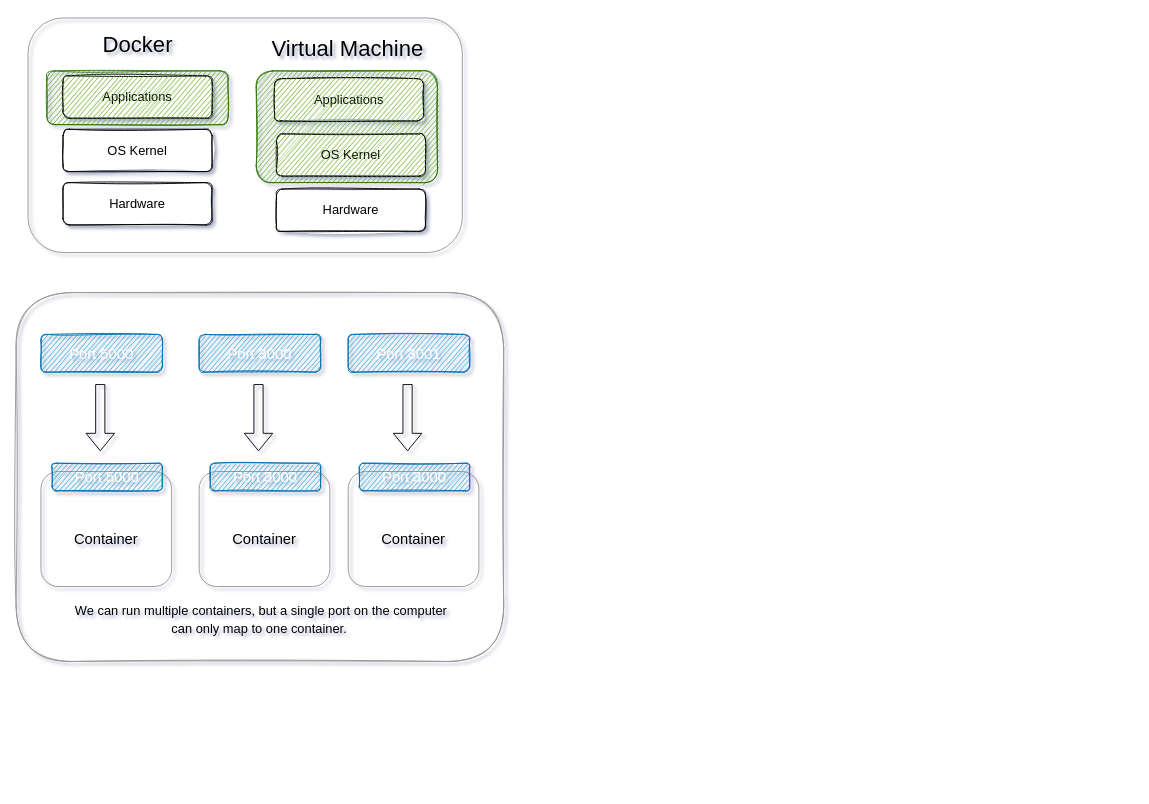
PrebenHesvik/Learning-Devops keeps this draw.io diagram as Docker/docker.drawio. Above is the earlier version. Source tidied: cells renumbered, new cells numbered last; positions are measured from the earlier drawing's top-left corner, leaving out a move shared by most shapes. Both pictures are drawn from the tidied source at 92%, with x=0, y=0 at pixel (16, 17).
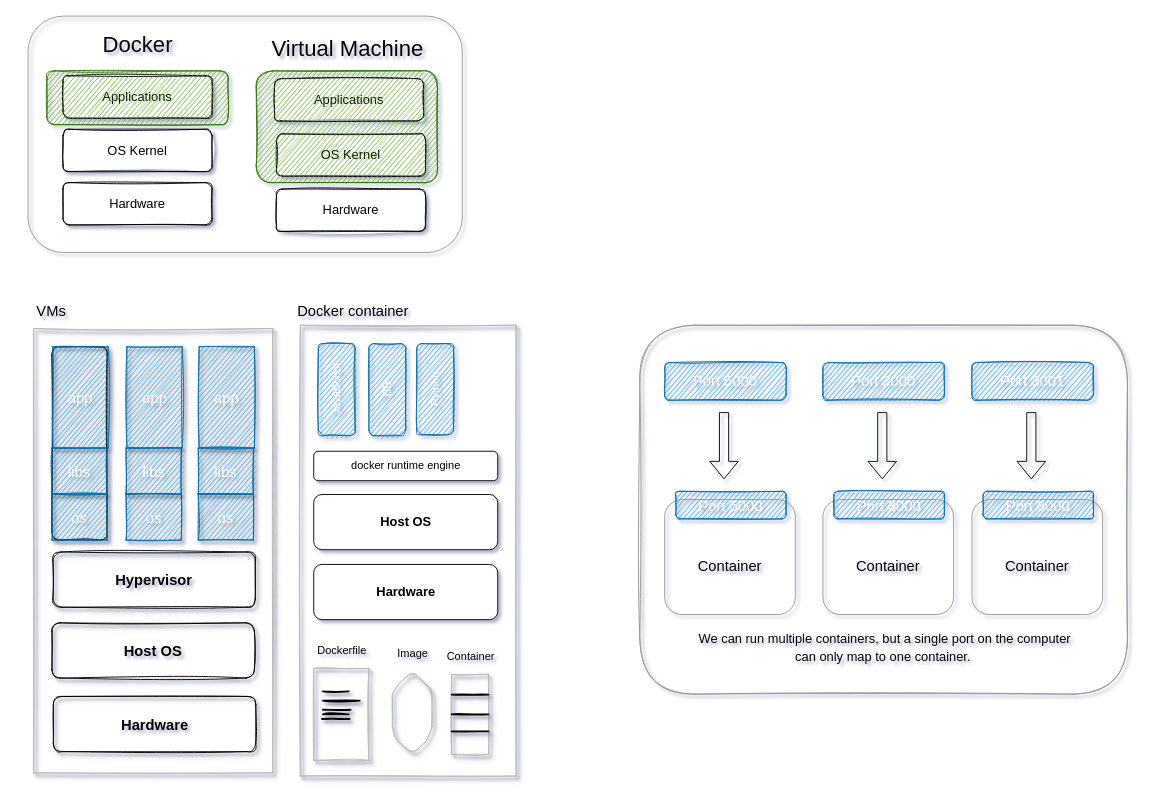
The same page after the edit.

Change to the diagram source:
```diff
@@
     <mxCell id="12" style="rounded=1;whiteSpace=wrap;html=1;fillColor=none;strokeColor=#969696;" parent="1" vertex="1">
-      <mxGeometry x="13" width="472" height="255" as="geometry" />
+      <mxGeometry x="13" y="-2" width="472" height="257" as="geometry" />
     </mxCell>
     <mxCell id="13" value="&lt;font style=&quot;font-size: 16px&quot;&gt;&lt;br&gt;&lt;font&gt;Container&lt;/font&gt;&lt;/font&gt;" style="rounded=1;whiteSpace=wrap;html=1;strokeColor=#969696;fillColor=none;" parent="1" vertex="1">
-      <mxGeometry x="27" y="493" width="142" height="125" as="geometry" />
+      <mxGeometry x="705" y="523.5" width="142" height="125" as="geometry" />
     </mxCell>
     <mxCell id="14" style="shape=flexArrow;endArrow=classic;html=1;" parent="1" edge="1">
       <mxGeometry relative="1" as="geometry">
-        <mxPoint x="91.5" y="398" as="sourcePoint" />
-        <mxPoint x="91.5" y="471" as="targetPoint" />
+        <mxPoint x="769.5" y="428.5" as="sourcePoint" />
+        <mxPoint x="769.5" y="501.5" as="targetPoint" />
       </mxGeometry>
     </mxCell>
     <mxCell id="15" value="&lt;font style=&quot;font-size: 16px&quot;&gt;Port 5000&lt;/font&gt;" style="rounded=1;whiteSpace=wrap;html=1;strokeColor=#006EAF;fillColor=#1ba1e2;sketch=1;fontColor=#ffffff;" parent="1" vertex="1">
-      <mxGeometry x="27" y="344" width="132" height="41" as="geometry" />
+      <mxGeometry x="705" y="374.5" width="132" height="41" as="geometry" />
     </mxCell>
     <mxCell id="16" value="Port 5000" style="rounded=1;whiteSpace=wrap;html=1;fontSize=16;strokeColor=#006EAF;fillColor=#1ba1e2;fontColor=#ffffff;sketch=1;shadow=0;glass=0;" parent="1" vertex="1">
-      <mxGeometry x="39" y="484" width="120" height="30" as="geometry" />
+      <mxGeometry x="717" y="514.5" width="120" height="30" as="geometry" />
     </mxCell>
     <mxCell id="17" value="&lt;font style=&quot;font-size: 16px&quot;&gt;&lt;br&gt;&lt;font&gt;Container&lt;/font&gt;&lt;/font&gt;" style="rounded=1;whiteSpace=wrap;html=1;strokeColor=#969696;fillColor=none;" parent="1" vertex="1">
-      <mxGeometry x="199" y="493" width="142" height="125" as="geometry" />
+      <mxGeometry x="877" y="523.5" width="142" height="125" as="geometry" />
     </mxCell>
     <mxCell id="18" style="shape=flexArrow;endArrow=classic;html=1;" parent="1" edge="1">
       <mxGeometry relative="1" as="geometry">
-        <mxPoint x="263.5" y="398" as="sourcePoint" />
-        <mxPoint x="263.5" y="471" as="targetPoint" />
+        <mxPoint x="941.5" y="428.5" as="sourcePoint" />
+        <mxPoint x="941.5" y="501.5" as="targetPoint" />
       </mxGeometry>
     </mxCell>
     <mxCell id="19" value="&lt;font style=&quot;font-size: 16px&quot;&gt;Port 3000&lt;/font&gt;" style="rounded=1;whiteSpace=wrap;html=1;strokeColor=#006EAF;fillColor=#1ba1e2;fontColor=#ffffff;sketch=1;" parent="1" vertex="1">
-      <mxGeometry x="199" y="344" width="132" height="41" as="geometry" />
+      <mxGeometry x="877" y="374.5" width="132" height="41" as="geometry" />
     </mxCell>
     <mxCell id="20" value="Port 3000" style="rounded=1;whiteSpace=wrap;html=1;fontSize=16;strokeColor=#006EAF;fillColor=#1ba1e2;fontColor=#ffffff;sketch=1;" parent="1" vertex="1">
-      <mxGeometry x="211" y="484" width="120" height="30" as="geometry" />
+      <mxGeometry x="889" y="514.5" width="120" height="30" as="geometry" />
     </mxCell>
     <mxCell id="21" value="&lt;font style=&quot;font-size: 16px&quot;&gt;&lt;br&gt;&lt;font&gt;Container&lt;/font&gt;&lt;/font&gt;" style="rounded=1;whiteSpace=wrap;html=1;strokeColor=#969696;fillColor=none;" parent="1" vertex="1">
-      <mxGeometry x="361" y="493" width="142" height="125" as="geometry" />
+      <mxGeometry x="1039" y="523.5" width="142" height="125" as="geometry" />
     </mxCell>
     <mxCell id="22" style="shape=flexArrow;endArrow=classic;html=1;" parent="1" edge="1">
       <mxGeometry relative="1" as="geometry">
-        <mxPoint x="425.5" y="398" as="sourcePoint" />
-        <mxPoint x="425.5" y="471" as="targetPoint" />
+        <mxPoint x="1103.5" y="428.5" as="sourcePoint" />
+        <mxPoint x="1103.5" y="501.5" as="targetPoint" />
       </mxGeometry>
     </mxCell>
     <mxCell id="23" value="&lt;font style=&quot;font-size: 16px&quot;&gt;Port 3001&lt;/font&gt;" style="rounded=1;whiteSpace=wrap;html=1;strokeColor=#006EAF;fillColor=#1ba1e2;sketch=1;fontColor=#ffffff;" parent="1" vertex="1">
-      <mxGeometry x="361" y="344" width="132" height="41" as="geometry" />
+      <mxGeometry x="1039" y="374.5" width="132" height="41" as="geometry" />
     </mxCell>
     <mxCell id="24" value="Port 3000" style="rounded=1;whiteSpace=wrap;html=1;fontSize=16;strokeColor=#006EAF;fillColor=#1ba1e2;fontColor=#ffffff;sketch=1;" parent="1" vertex="1">
-      <mxGeometry x="373" y="484" width="120" height="30" as="geometry" />
+      <mxGeometry x="1051" y="514.5" width="120" height="30" as="geometry" />
     </mxCell>
     <mxCell id="25" value="&lt;font style=&quot;font-size: 14px&quot;&gt;We can run multiple containers, but a single port on the computer&lt;br&gt;can only map to one container.&amp;nbsp;&lt;/font&gt;" style="text;html=1;align=center;verticalAlign=middle;fillColor=none;strokeColor=none;rounded=0;shadow=0;glass=0;sketch=1;fontSize=16;" parent="1" vertex="1">
-      <mxGeometry x="59" y="631" width="414" height="44" as="geometry" />
+      <mxGeometry x="737" y="661.5" width="414" height="44" as="geometry" />
     </mxCell>
     <mxCell id="26" style="rounded=1;whiteSpace=wrap;html=1;shadow=0;glass=0;sketch=1;fontSize=14;strokeColor=#969696;fillColor=none;" parent="1" vertex="1">
-      <mxGeometry y="298.5" width="530" height="401" as="geometry" />
+      <mxGeometry x="678" y="334" width="530" height="401" as="geometry" />
     </mxCell>
+    <mxCell id="27" value="&lt;b&gt;&lt;font style=&quot;font-size: 14px&quot;&gt;Hardware&lt;/font&gt;&lt;/b&gt;" style="rounded=1;whiteSpace=wrap;html=1;" parent="1" vertex="1">
+      <mxGeometry x="323.5" y="594" width="200" height="60" as="geometry" />
+    </mxCell>
+    <mxCell id="28" value="&lt;b&gt;&lt;font style=&quot;font-size: 14px&quot;&gt;Host OS&lt;/font&gt;&lt;/b&gt;" style="rounded=1;whiteSpace=wrap;html=1;" parent="1" vertex="1">
+      <mxGeometry x="323.5" y="518" width="200" height="60" as="geometry" />
+    </mxCell>
+    <mxCell id="29" value="docker runtime engine" style="rounded=1;whiteSpace=wrap;html=1;" parent="1" vertex="1">
+      <mxGeometry x="323.5" y="471" width="200" height="32" as="geometry" />
+    </mxCell>
+    <mxCell id="30" value="JavaScript" style="rounded=1;whiteSpace=wrap;html=1;horizontal=0;fillColor=#1ba1e2;fontColor=#ffffff;strokeColor=#006EAF;sketch=1;" parent="1" vertex="1">
+      <mxGeometry x="328.5" y="354" width="40" height="100" as="geometry" />
+    </mxCell>
+    <mxCell id="31" value="DB" style="rounded=1;whiteSpace=wrap;html=1;horizontal=0;fillColor=#1ba1e2;fontColor=#ffffff;strokeColor=#006EAF;sketch=1;" parent="1" vertex="1">
+      <mxGeometry x="383.5" y="354" width="40" height="100" as="geometry" />
+    </mxCell>
+    <mxCell id="32" value="Python" style="rounded=1;whiteSpace=wrap;html=1;horizontal=0;sketch=1;fillColor=#1ba1e2;fontColor=#ffffff;strokeColor=#006EAF;" parent="1" vertex="1">
+      <mxGeometry x="435.5" y="354" width="40" height="99" as="geometry" />
+    </mxCell>
+    <mxCell id="33" value="&lt;font size=&quot;3&quot;&gt;&lt;b&gt;Host OS&lt;/b&gt;&lt;/font&gt;" style="rounded=1;whiteSpace=wrap;html=1;shadow=1;sketch=1;fillColor=none;" parent="1" vertex="1">
+      <mxGeometry x="39" y="657.5" width="220" height="60" as="geometry" />
+    </mxCell>
+    <mxCell id="34" value="&lt;font style=&quot;font-size: 16px&quot;&gt;&lt;b&gt;Hypervisor&lt;/b&gt;&lt;/font&gt;" style="rounded=1;whiteSpace=wrap;html=1;shadow=1;sketch=1;fillColor=none;" parent="1" vertex="1">
+      <mxGeometry x="40" y="580.5" width="220" height="60" as="geometry" />
+    </mxCell>
+    <mxCell id="35" style="rounded=1;whiteSpace=wrap;html=1;shadow=1;sketch=1;fillColor=none;" parent="1" vertex="1">
+      <mxGeometry x="39" y="357.5" width="60" height="210" as="geometry" />
+    </mxCell>
+    <mxCell id="36" value="os" style="rounded=0;whiteSpace=wrap;html=1;shadow=1;sketch=1;fontSize=16;fillColor=#1ba1e2;fontColor=#ffffff;strokeColor=#006EAF;" parent="1" vertex="1">
+      <mxGeometry x="39" y="517.5" width="60" height="50" as="geometry" />
+    </mxCell>
+    <mxCell id="37" value="libs" style="rounded=0;whiteSpace=wrap;html=1;shadow=1;sketch=1;fontSize=16;fillColor=#1ba1e2;fontColor=#ffffff;strokeColor=#006EAF;" parent="1" vertex="1">
+      <mxGeometry x="39" y="467.5" width="60" height="50" as="geometry" />
+    </mxCell>
+    <mxCell id="38" value="app" style="rounded=0;whiteSpace=wrap;html=1;shadow=1;sketch=1;fontSize=16;fillColor=#1ba1e2;fontColor=#ffffff;strokeColor=#006EAF;" parent="1" vertex="1">
+      <mxGeometry x="40" y="357.5" width="60" height="110" as="geometry" />
+    </mxCell>
+    <mxCell id="39" value="os" style="rounded=0;whiteSpace=wrap;html=1;shadow=1;sketch=1;fontSize=16;fillColor=#1ba1e2;fontColor=#ffffff;strokeColor=#006EAF;" parent="1" vertex="1">
+      <mxGeometry x="119.5" y="517.5" width="60" height="50" as="geometry" />
+    </mxCell>
+    <mxCell id="40" value="libs" style="rounded=0;whiteSpace=wrap;html=1;shadow=1;sketch=1;fontSize=16;fillColor=#1ba1e2;fontColor=#ffffff;strokeColor=#006EAF;" parent="1" vertex="1">
+      <mxGeometry x="119.5" y="467.5" width="60" height="50" as="geometry" />
+    </mxCell>
+    <mxCell id="41" value="app" style="rounded=0;whiteSpace=wrap;html=1;shadow=1;sketch=1;fontSize=16;fillColor=#1ba1e2;fontColor=#ffffff;strokeColor=#006EAF;" parent="1" vertex="1">
+      <mxGeometry x="120.5" y="357.5" width="60" height="110" as="geometry" />
+    </mxCell>
+    <mxCell id="42" value="os" style="rounded=0;whiteSpace=wrap;html=1;shadow=1;sketch=1;fontSize=16;fillColor=#1ba1e2;fontColor=#ffffff;strokeColor=#006EAF;" parent="1" vertex="1">
+      <mxGeometry x="198" y="517.5" width="60" height="50" as="geometry" />
+    </mxCell>
+    <mxCell id="43" value="libs" style="rounded=0;whiteSpace=wrap;html=1;shadow=1;sketch=1;fontSize=16;fillColor=#1ba1e2;fontColor=#ffffff;strokeColor=#006EAF;" parent="1" vertex="1">
+      <mxGeometry x="198" y="467.5" width="60" height="50" as="geometry" />
+    </mxCell>
+    <mxCell id="44" value="app" style="rounded=0;whiteSpace=wrap;html=1;shadow=1;sketch=1;fontSize=16;fillColor=#1ba1e2;fontColor=#ffffff;strokeColor=#006EAF;" parent="1" vertex="1">
+      <mxGeometry x="199" y="357.5" width="60" height="110" as="geometry" />
+    </mxCell>
+    <mxCell id="45" style="rounded=0;whiteSpace=wrap;html=1;shadow=1;sketch=1;fontSize=16;strokeColor=#B8B8B8;fillColor=none;" parent="1" vertex="1">
+      <mxGeometry x="19" y="337.5" width="260" height="483" as="geometry" />
+    </mxCell>
+    <mxCell id="46" value="VMs" style="text;html=1;align=center;verticalAlign=middle;fillColor=none;strokeColor=none;rounded=0;shadow=1;sketch=1;fontSize=16;" parent="1" vertex="1">
+      <mxGeometry x="13" y="308" width="50" height="20" as="geometry" />
+    </mxCell>
+    <mxCell id="47" value="&lt;font size=&quot;3&quot;&gt;&lt;b&gt;Hardware&lt;/b&gt;&lt;/font&gt;" style="rounded=1;whiteSpace=wrap;html=1;shadow=1;sketch=1;fillColor=none;" parent="1" vertex="1">
+      <mxGeometry x="40.5" y="737.5" width="220" height="60" as="geometry" />
+    </mxCell>
+    <mxCell id="48" style="rounded=0;whiteSpace=wrap;html=1;shadow=1;sketch=1;fontSize=16;strokeColor=#B8B8B8;fillColor=none;" parent="1" vertex="1">
+      <mxGeometry x="323.5" y="707" width="60" height="100" as="geometry" />
+    </mxCell>
+    <mxCell id="49" style="line;strokeWidth=2;html=1;rounded=1;shadow=1;sketch=1;fontSize=16;fillColor=none;" parent="1" vertex="1">
+      <mxGeometry x="333.5" y="727" width="28" height="10" as="geometry" />
+    </mxCell>
+    <mxCell id="50" style="line;strokeWidth=2;html=1;rounded=1;shadow=1;sketch=1;fontSize=16;fillColor=none;" parent="1" vertex="1">
+      <mxGeometry x="333.5" y="737" width="28" height="40" as="geometry" />
+    </mxCell>
+    <mxCell id="51" style="line;strokeWidth=2;html=1;rounded=1;shadow=1;sketch=1;fontSize=16;fillColor=none;" parent="1" vertex="1">
+      <mxGeometry x="333.5" y="737" width="40" height="10" as="geometry" />
+    </mxCell>
+    <mxCell id="52" style="line;strokeWidth=2;html=1;rounded=1;shadow=1;sketch=1;fontSize=16;fillColor=none;" parent="1" vertex="1">
+      <mxGeometry x="333.5" y="747" width="30" height="10" as="geometry" />
+    </mxCell>
+    <mxCell id="53" style="line;strokeWidth=2;html=1;rounded=1;shadow=1;sketch=1;fontSize=16;fillColor=none;" parent="1" vertex="1">
+      <mxGeometry x="332.5" y="757" width="30" height="10" as="geometry" />
+    </mxCell>
+    <mxCell id="54" style="rounded=0;whiteSpace=wrap;html=1;shadow=1;sketch=1;fontSize=16;strokeColor=#B8B8B8;fillColor=none;" parent="1" vertex="1">
+      <mxGeometry x="309" y="334" width="234.5" height="490" as="geometry" />
+    </mxCell>
+    <mxCell id="55" value="&lt;font style=&quot;font-size: 12px&quot;&gt;Dockerfile&lt;/font&gt;" style="text;html=1;align=center;verticalAlign=middle;fillColor=none;strokeColor=none;rounded=0;shadow=1;sketch=1;fontSize=16;" parent="1" vertex="1">
+      <mxGeometry x="318.5" y="670.5" width="70" height="30" as="geometry" />
+    </mxCell>
+    <mxCell id="56" value="&lt;font style=&quot;font-size: 12px&quot;&gt;Image&lt;/font&gt;" style="text;html=1;align=center;verticalAlign=middle;fillColor=none;strokeColor=none;rounded=0;shadow=1;sketch=1;fontSize=16;" parent="1" vertex="1">
+      <mxGeometry x="405.5" y="674" width="50" height="30" as="geometry" />
+    </mxCell>
+    <mxCell id="57" style="shape=hexagon;perimeter=hexagonPerimeter2;whiteSpace=wrap;html=1;fixedSize=1;rounded=1;shadow=1;sketch=1;fontSize=12;strokeColor=#B8B8B8;fillColor=none;rotation=90;" parent="1" vertex="1">
+      <mxGeometry x="385.5" y="734" width="90" height="43" as="geometry" />
+    </mxCell>
+    <mxCell id="58" style="rounded=0;whiteSpace=wrap;html=1;shadow=1;sketch=1;fontSize=12;strokeColor=#B8B8B8;fillColor=none;" parent="1" vertex="1">
+      <mxGeometry x="473.5" y="713.5" width="40" height="87" as="geometry" />
+    </mxCell>
+    <mxCell id="59" style="line;strokeWidth=2;html=1;rounded=1;shadow=1;sketch=1;fontSize=12;fillColor=none;" parent="1" vertex="1">
+      <mxGeometry x="473.5" y="730.5" width="40" height="10" as="geometry" />
+    </mxCell>
+    <mxCell id="60" style="line;strokeWidth=2;html=1;rounded=1;shadow=1;sketch=1;fontSize=12;fillColor=none;" parent="1" vertex="1">
+      <mxGeometry x="473.5" y="752" width="40" height="10" as="geometry" />
+    </mxCell>
+    <mxCell id="61" style="line;strokeWidth=2;html=1;rounded=1;shadow=1;sketch=1;fontSize=12;fillColor=none;" parent="1" vertex="1">
+      <mxGeometry x="473.5" y="770.5" width="40" height="10" as="geometry" />
+    </mxCell>
+    <mxCell id="62" value="&lt;font style=&quot;font-size: 12px&quot;&gt;Container&lt;/font&gt;" style="text;html=1;align=center;verticalAlign=middle;fillColor=none;strokeColor=none;rounded=0;shadow=1;sketch=1;fontSize=16;" parent="1" vertex="1">
+      <mxGeometry x="458.5" y="677" width="70" height="30" as="geometry" />
+    </mxCell>
+    <mxCell id="63" value="Docker container" style="text;html=1;align=center;verticalAlign=middle;fillColor=none;strokeColor=none;rounded=0;shadow=1;sketch=1;fontSize=16;" parent="1" vertex="1">
+      <mxGeometry x="295.5" y="308" width="140" height="20" as="geometry" />
+    </mxCell>
```
